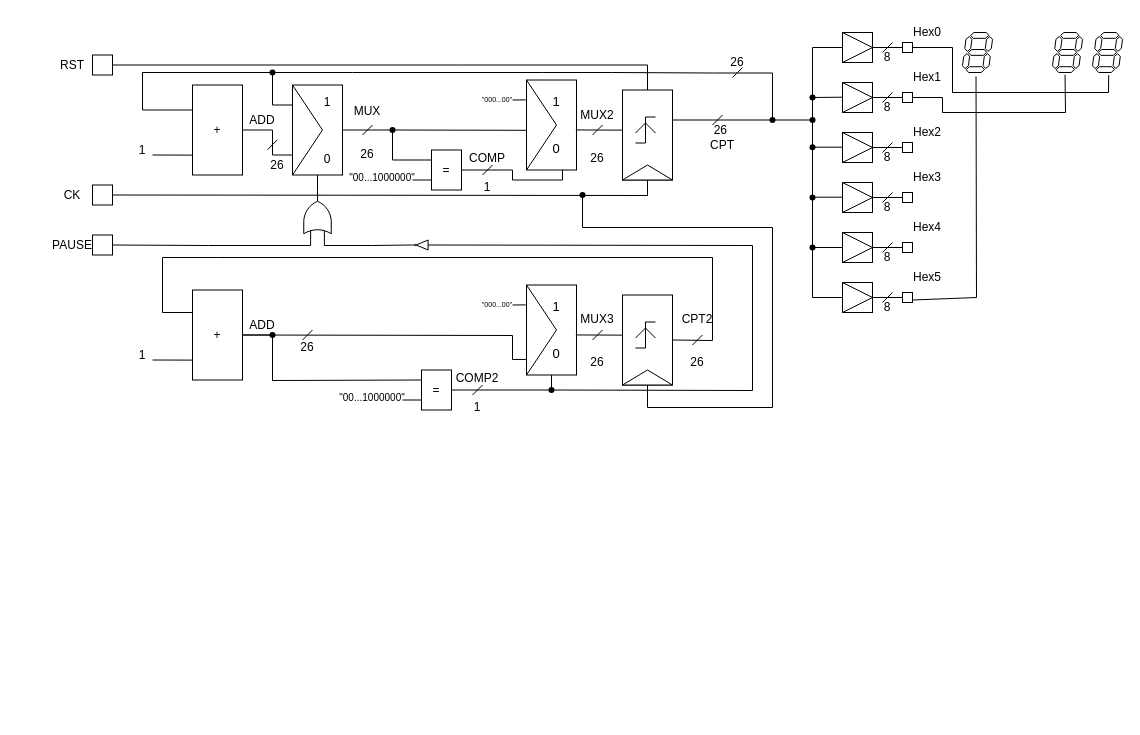
This is CPT26CONF.drawio from negans-soyez/VHDL, a draw.io file, before an edit. Source tidied: cells renumbered, new cells numbered last; positions are measured from the earlier drawing's top-left corner, leaving out a move shared by most shapes. Both pictures are drawn from the tidied source at 100%, with x=0, y=0 at pixel (42, 17).
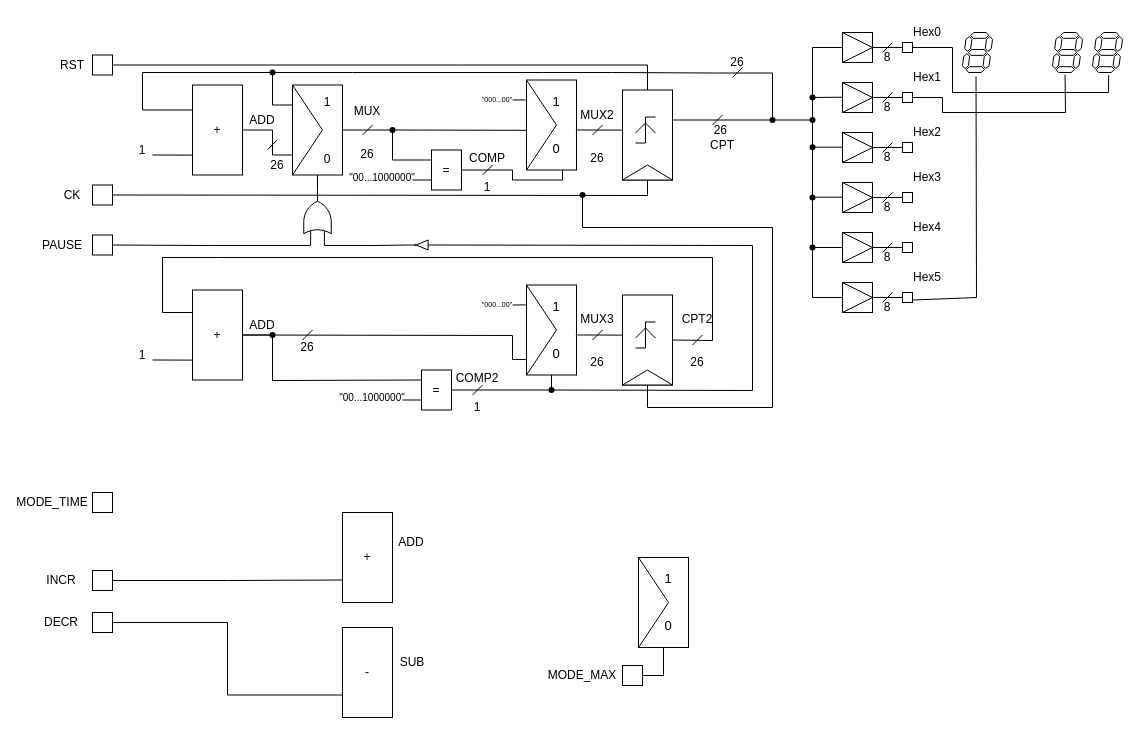
Above is the later version.

Commit message (it also covers changes not shown here):
Mettre à jour CPT26CONF.drawio

Change to the diagram source:
```diff
@@
     <mxCell id="85" value="PAUSE" style="text;html=1;align=center;verticalAlign=middle;whiteSpace=wrap;rounded=0;fontColor=#000000;" parent="1" vertex="1">
-      <mxGeometry y="212.5" width="60" height="30" as="geometry" />
+      <mxGeometry x="-10" y="212.5" width="60" height="30" as="geometry" />
     </mxCell>
@@
+    <mxCell id="172" style="edgeStyle=orthogonalEdgeStyle;rounded=0;jettySize=auto;html=1;exitX=1;exitY=0.5;exitDx=0;exitDy=0;entryX=0.5;entryY=1;entryDx=0;entryDy=0;endArrow=none;endFill=0;" parent="1" edge="1" source="173" target="188">
+      <mxGeometry relative="1" as="geometry" />
+    </mxCell>
+    <mxCell id="173" style="rounded=0;whiteSpace=wrap;html=1;" parent="1" vertex="1">
+      <mxGeometry x="580" y="648" width="20" height="20" as="geometry" />
+    </mxCell>
+    <mxCell id="174" value="MODE_MAX" style="text;html=1;align=center;verticalAlign=middle;whiteSpace=wrap;rounded=0;" parent="1" vertex="1">
+      <mxGeometry x="510" y="643" width="60" height="30" as="geometry" />
+    </mxCell>
+    <mxCell id="175" style="rounded=0;whiteSpace=wrap;html=1;" parent="1" vertex="1">
+      <mxGeometry x="50" y="475" width="20" height="20" as="geometry" />
+    </mxCell>
+    <mxCell id="176" value="MODE_TIME" style="text;html=1;align=center;verticalAlign=middle;whiteSpace=wrap;rounded=0;" parent="1" vertex="1">
+      <mxGeometry x="-20" y="470" width="60" height="30" as="geometry" />
+    </mxCell>
+    <mxCell id="177" style="edgeStyle=orthogonalEdgeStyle;rounded=0;jettySize=auto;html=1;exitX=1;exitY=0.5;exitDx=0;exitDy=0;entryX=0;entryY=0.75;entryDx=0;entryDy=0;endArrow=none;endFill=0;" parent="1" edge="1" source="178" target="182">
+      <mxGeometry relative="1" as="geometry" />
+    </mxCell>
+    <mxCell id="178" style="rounded=0;whiteSpace=wrap;html=1;" parent="1" vertex="1">
+      <mxGeometry x="50" y="553" width="20" height="20" as="geometry" />
+    </mxCell>
+    <mxCell id="179" value="INCR" style="text;html=1;align=center;verticalAlign=middle;whiteSpace=wrap;rounded=0;" parent="1" vertex="1">
+      <mxGeometry x="-11" y="548" width="60" height="30" as="geometry" />
+    </mxCell>
+    <mxCell id="180" style="rounded=0;whiteSpace=wrap;html=1;" parent="1" vertex="1">
+      <mxGeometry x="50" y="595" width="20" height="20" as="geometry" />
+    </mxCell>
+    <mxCell id="181" value="DECR" style="text;html=1;align=center;verticalAlign=middle;whiteSpace=wrap;rounded=0;" parent="1" vertex="1">
+      <mxGeometry x="-11" y="590" width="60" height="30" as="geometry" />
+    </mxCell>
+    <mxCell id="182" value="+" style="rounded=0;whiteSpace=wrap;html=1;" parent="1" vertex="1">
+      <mxGeometry x="300" y="495" width="50" height="90" as="geometry" />
+    </mxCell>
+    <mxCell id="183" value="ADD" style="text;html=1;align=center;verticalAlign=middle;whiteSpace=wrap;rounded=0;" parent="1" vertex="1">
+      <mxGeometry x="359" y="520" width="20" height="10" as="geometry" />
+    </mxCell>
+    <mxCell id="184" style="edgeStyle=orthogonalEdgeStyle;rounded=0;jettySize=auto;html=1;exitX=0;exitY=0.75;exitDx=0;exitDy=0;entryX=1;entryY=0.5;entryDx=0;entryDy=0;endArrow=none;endFill=0;" parent="1" edge="1" source="185" target="180">
+      <mxGeometry relative="1" as="geometry" />
+    </mxCell>
+    <mxCell id="185" value="-" style="rounded=0;whiteSpace=wrap;html=1;" parent="1" vertex="1">
+      <mxGeometry x="300" y="610" width="50" height="90" as="geometry" />
+    </mxCell>
+    <mxCell id="186" value="SUB" style="text;html=1;align=center;verticalAlign=middle;whiteSpace=wrap;rounded=0;" parent="1" vertex="1">
+      <mxGeometry x="360" y="640" width="20" height="10" as="geometry" />
+    </mxCell>
+    <mxCell id="187" style="group;" parent="1" vertex="1">
+      <mxGeometry x="596" y="540" width="60" height="90" as="geometry" />
+    </mxCell>
+    <mxCell id="188" style="rounded=0;whiteSpace=wrap;html=1;" parent="187" vertex="1">
+      <mxGeometry width="50" height="90" as="geometry" />
+    </mxCell>
+    <mxCell id="189" style="triangle;whiteSpace=wrap;html=1;" parent="187" vertex="1">
+      <mxGeometry width="30" height="90" as="geometry" />
+    </mxCell>
+    <mxCell id="190" value="&lt;span&gt;1&lt;/span&gt;&lt;div&gt;&lt;span&gt;&lt;br&gt;&lt;/span&gt;&lt;/div&gt;&lt;div&gt;&lt;span&gt;&lt;br&gt;&lt;/span&gt;&lt;/div&gt;&lt;div&gt;&lt;span&gt;0&lt;/span&gt;&lt;/div&gt;" style="text;html=1;align=center;verticalAlign=middle;whiteSpace=wrap;rounded=0;fontSize=13;" parent="187" vertex="1">
+      <mxGeometry x="25" y="30" width="10" height="30" as="geometry" />
+    </mxCell>
```
